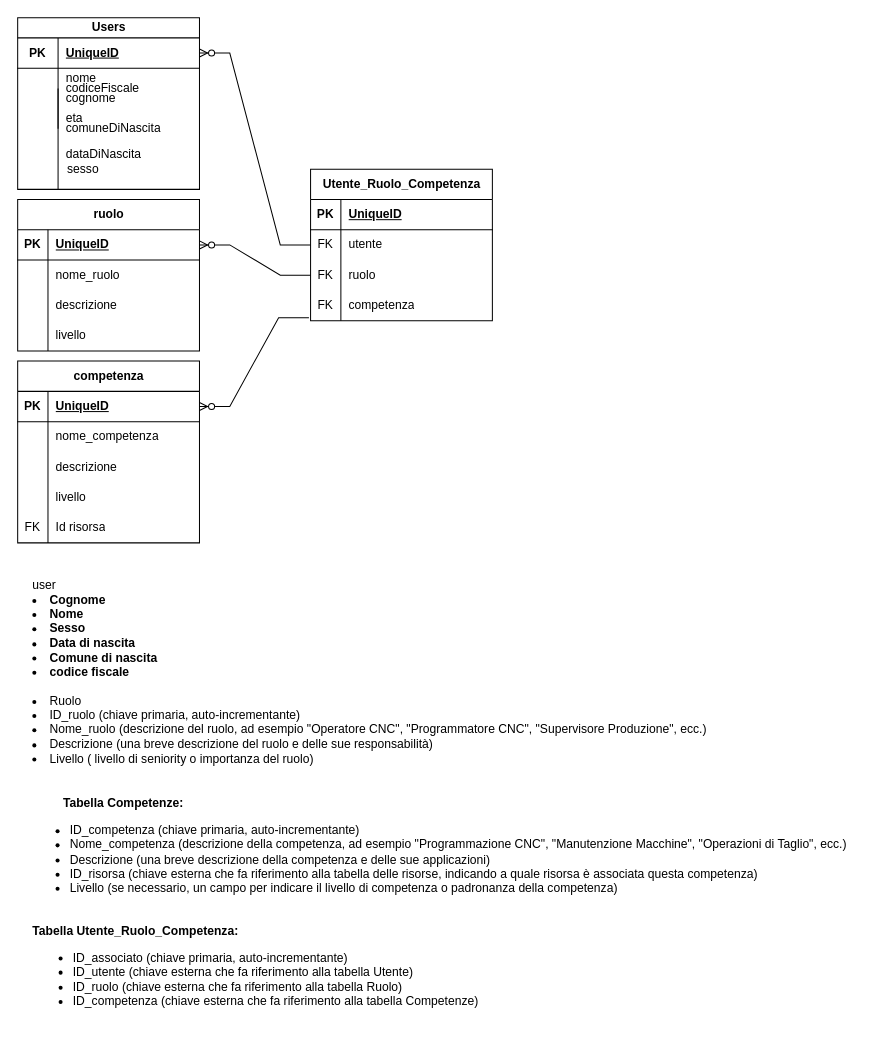
This is page "Page-1" (1 of 2) of Untitled Diagram.drawio from giahck/GestionaleAziendale, a draw.io file, before an edit. Source tidied: cells renumbered, new cells numbered last; positions are measured from the earlier drawing's top-left corner, leaving out a move shared by most shapes. Both pictures are drawn from the tidied source at 101%, with x=0, y=0 at pixel (17, 17).
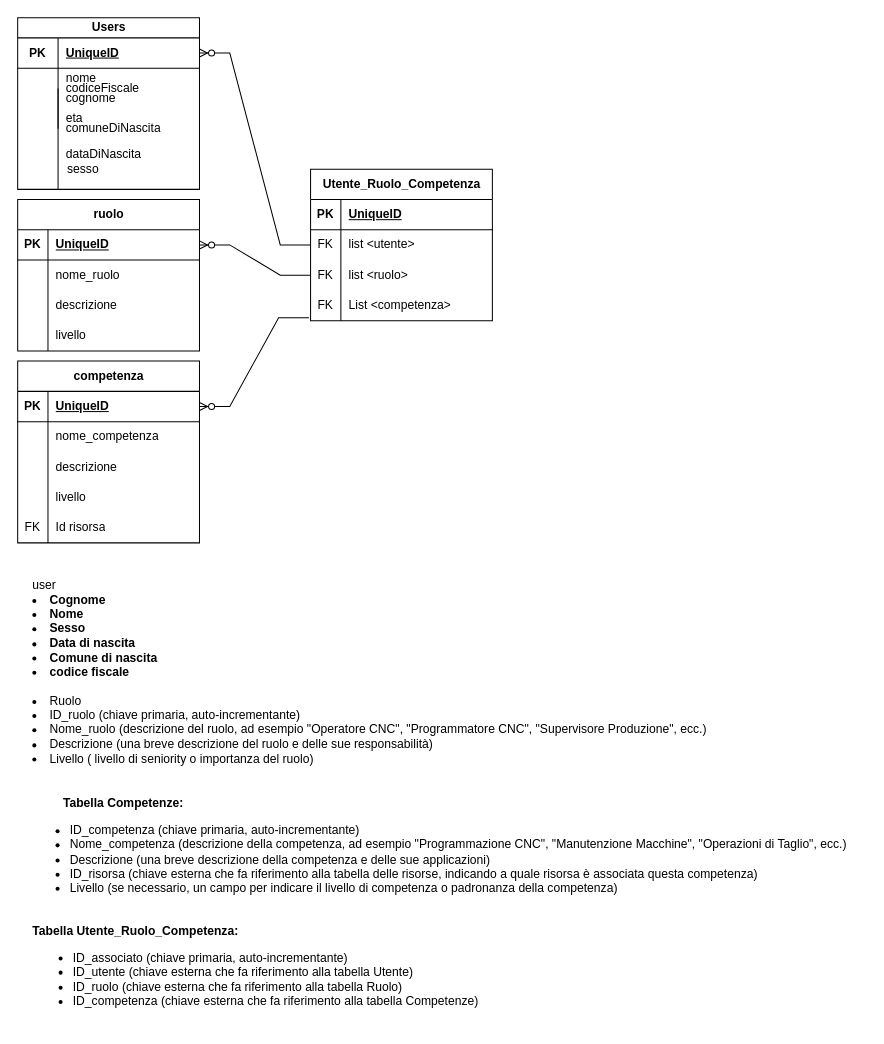
The same page after the edit.

Commit message:
upd list

The change refers to these unchanged cells:
```xml
<mxCell id="69" style="shape=tableRow;horizontal=0;startSize=0;swimlaneHead=0;swimlaneBody=0;fillColor=none;points=[[0,0.5],[1,0.5]];portConstraint=eastwest;top=0;left=0;right=0;bottom=0;" parent="65" vertex="1">
  <mxGeometry y="60" width="180" height="30" as="geometry" />
</mxCell>
<mxCell id="72" style="shape=tableRow;horizontal=0;startSize=0;swimlaneHead=0;swimlaneBody=0;fillColor=none;points=[[0,0.5],[1,0.5]];portConstraint=eastwest;top=0;left=0;right=0;bottom=0;" parent="65" vertex="1">
  <mxGeometry y="90" width="180" height="30" as="geometry" />
</mxCell>
<mxCell id="75" style="shape=tableRow;horizontal=0;startSize=0;swimlaneHead=0;swimlaneBody=0;fillColor=none;points=[[0,0.5],[1,0.5]];portConstraint=eastwest;top=0;left=0;right=0;bottom=0;" parent="65" vertex="1">
  <mxGeometry y="120" width="180" height="30" as="geometry" />
</mxCell>
```

The edit, as a diff of the source:
```diff
@@
-    <mxCell id="71" value="utente" style="shape=partialRectangle;fillColor=none;top=0;left=0;bottom=0;right=0;align=left;spacingLeft=6;fontStyle=0;overflow=hidden;whiteSpace=wrap;html=1;" parent="69" vertex="1">
+    <mxCell id="71" value="list &amp;lt;utente&amp;gt;" style="shape=partialRectangle;fillColor=none;top=0;left=0;bottom=0;right=0;align=left;spacingLeft=6;fontStyle=0;overflow=hidden;whiteSpace=wrap;html=1;" parent="69" vertex="1">
       <mxGeometry x="30" width="150" height="30" as="geometry" />
     </mxCell>
@@
-    <mxCell id="74" value="ruolo" style="shape=partialRectangle;fillColor=none;top=0;left=0;bottom=0;right=0;align=left;spacingLeft=6;fontStyle=0;overflow=hidden;whiteSpace=wrap;html=1;" parent="72" vertex="1">
+    <mxCell id="74" value="list &amp;lt;ruolo&amp;gt;" style="shape=partialRectangle;fillColor=none;top=0;left=0;bottom=0;right=0;align=left;spacingLeft=6;fontStyle=0;overflow=hidden;whiteSpace=wrap;html=1;" parent="72" vertex="1">
       <mxGeometry x="30" width="150" height="30" as="geometry" />
     </mxCell>
@@
-    <mxCell id="77" value="competenza" style="shape=partialRectangle;fillColor=none;top=0;left=0;bottom=0;right=0;align=left;spacingLeft=6;fontStyle=0;overflow=hidden;whiteSpace=wrap;html=1;" parent="75" vertex="1">
+    <mxCell id="77" value="List &amp;lt;competenza&amp;gt;" style="shape=partialRectangle;fillColor=none;top=0;left=0;bottom=0;right=0;align=left;spacingLeft=6;fontStyle=0;overflow=hidden;whiteSpace=wrap;html=1;" parent="75" vertex="1">
       <mxGeometry x="30" width="150" height="30" as="geometry" />
     </mxCell>
```
